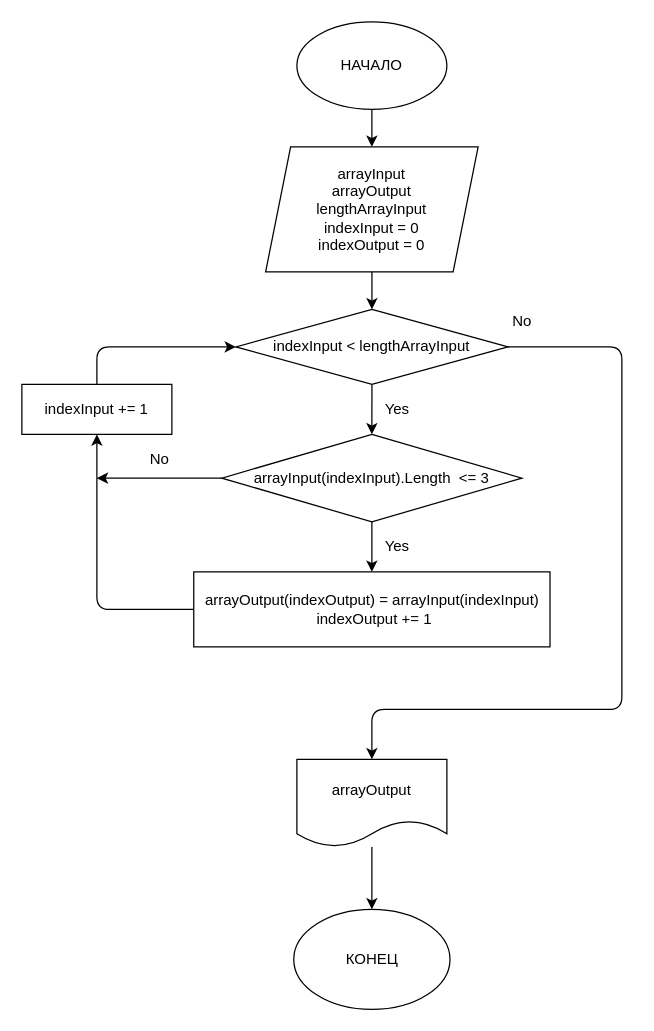
Earlier version of the draw.io diagram blockDiagram.drawio (nikonovperm/TestNikonov). Source tidied: cells renumbered, new cells numbered last; positions are measured from the earlier drawing's top-left corner, leaving out a move shared by most shapes. Both pictures are drawn from the tidied source at 125%, with x=0, y=0 at pixel (21, 21).
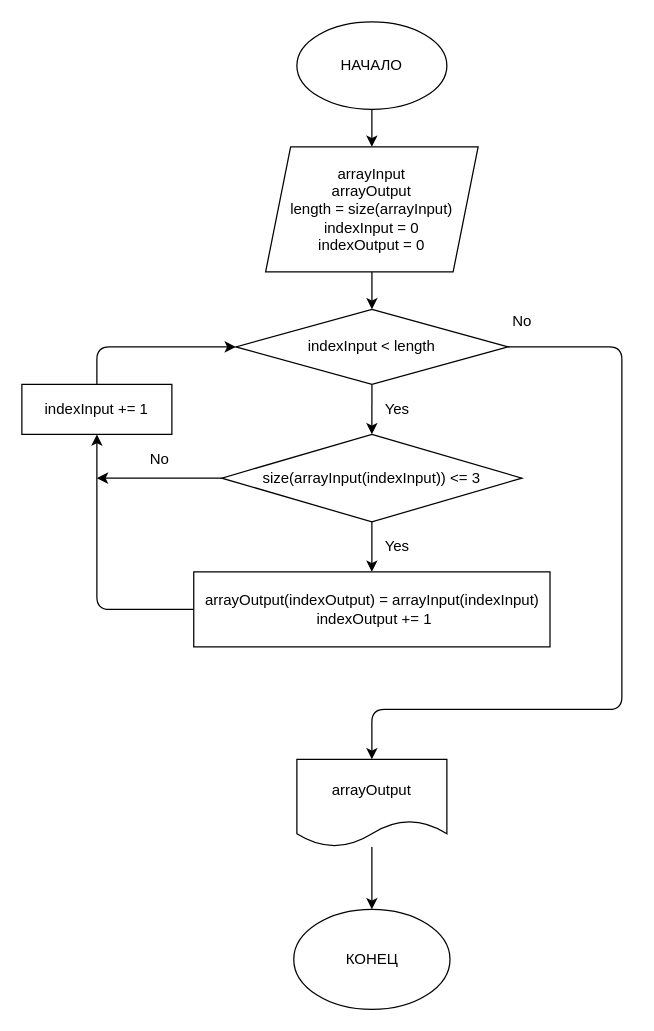
The same diagram, later.

Change to the diagram source:
```diff
@@
-    <mxCell id="5" value="arrayInput&lt;br&gt;arrayOutput&lt;br&gt;lengthArrayInput&lt;br&gt;indexInput = 0&lt;br&gt;indexOutput = 0" style="shape=parallelogram;perimeter=parallelogramPerimeter;whiteSpace=wrap;html=1;fixedSize=1;" parent="1" vertex="1">
+    <mxCell id="5" value="arrayInput&lt;br&gt;arrayOutput&lt;br&gt;length = size(arrayInput)&lt;br&gt;indexInput = 0&lt;br&gt;indexOutput = 0" style="shape=parallelogram;perimeter=parallelogramPerimeter;whiteSpace=wrap;html=1;fixedSize=1;" parent="1" vertex="1">
       <mxGeometry x="195" y="100" width="170" height="100" as="geometry" />
     </mxCell>
@@
-    <mxCell id="8" value="indexInput&amp;nbsp;&amp;lt; lengthArrayInput" style="rhombus;whiteSpace=wrap;html=1;" parent="1" vertex="1">
+    <mxCell id="8" value="indexInput&amp;nbsp;&amp;lt; length" style="rhombus;whiteSpace=wrap;html=1;" parent="1" vertex="1">
       <mxGeometry x="171.2" y="230" width="217.7" height="60" as="geometry" />
     </mxCell>
@@
-    <mxCell id="11" value="&lt;span&gt;arrayInput(&lt;/span&gt;indexInput&lt;span&gt;).Length&amp;nbsp; &amp;lt;= 3&lt;/span&gt;" style="rhombus;whiteSpace=wrap;html=1;" parent="1" vertex="1">
+    <mxCell id="11" value="&lt;span&gt;size(arrayInput(&lt;/span&gt;indexInput&lt;span&gt;)) &amp;lt;= 3&lt;/span&gt;" style="rhombus;whiteSpace=wrap;html=1;" parent="1" vertex="1">
       <mxGeometry x="160" y="330" width="240" height="70" as="geometry" />
     </mxCell>
```
